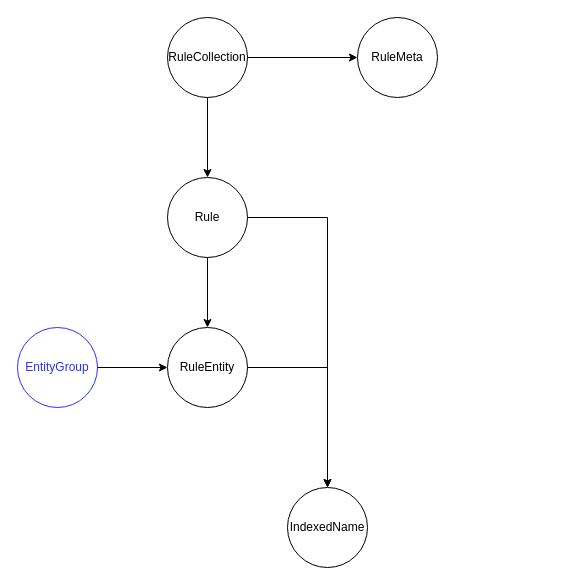
Earlier version of the draw.io diagram elverse-neo4j-topology.drawio (XiaoLiuAI/diagrams). Source tidied: cells renumbered, new cells numbered last; positions are measured from the earlier drawing's top-left corner, leaving out a move shared by most shapes. Both pictures are drawn from the tidied source at 100%, with x=0, y=0 at pixel (17, 17).
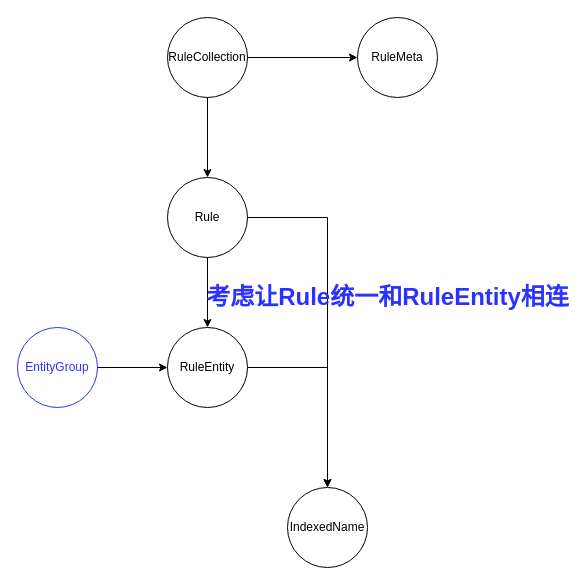
After the change.

What changed in the source:
```diff
@@
 <mxGraphModel>
   <root>
     <mxCell id="0" />
     <mxCell id="1" parent="0" />
     <mxCell id="2" value="RuleEntity" style="ellipse;whiteSpace=wrap;html=1;" parent="1" vertex="1">
       <mxGeometry x="150" y="310" width="80" height="80" as="geometry" />
     </mxCell>
     <mxCell id="3" value="Rule" style="ellipse;whiteSpace=wrap;html=1;" parent="1" vertex="1">
       <mxGeometry x="150" y="160" width="80" height="80" as="geometry" />
     </mxCell>
     <mxCell id="4" value="RuleCollection" style="ellipse;whiteSpace=wrap;html=1;" parent="1" vertex="1">
       <mxGeometry x="150" width="80" height="80" as="geometry" />
     </mxCell>
     <mxCell id="5" value="RuleMeta" style="ellipse;whiteSpace=wrap;html=1;" parent="1" vertex="1">
       <mxGeometry x="340" width="80" height="80" as="geometry" />
     </mxCell>
     <mxCell id="6" style="endArrow=classic;html=1;rounded=0;exitX=0.5;exitY=1;exitDx=0;exitDy=0;entryX=0.5;entryY=0;entryDx=0;entryDy=0;" parent="1" edge="1" source="4" target="3">
       <mxGeometry relative="1" as="geometry" />
     </mxCell>
     <mxCell id="7" style="endArrow=classic;html=1;rounded=0;exitX=0.5;exitY=1;exitDx=0;exitDy=0;entryX=0.5;entryY=0;entryDx=0;entryDy=0;" parent="1" edge="1" source="3" target="2">
       <mxGeometry relative="1" as="geometry" />
     </mxCell>
     <mxCell id="8" value="IndexedName" style="ellipse;whiteSpace=wrap;html=1;" parent="1" vertex="1">
       <mxGeometry x="270" y="470" width="80" height="80" as="geometry" />
     </mxCell>
     <mxCell id="9" style="edgeStyle=segmentEdgeStyle;endArrow=classic;html=1;rounded=0;exitX=1;exitY=0.5;exitDx=0;exitDy=0;entryX=0.5;entryY=0;entryDx=0;entryDy=0;" parent="1" edge="1" source="2" target="8">
       <mxGeometry relative="1" as="geometry" />
     </mxCell>
     <mxCell id="10" style="edgeStyle=segmentEdgeStyle;endArrow=classic;html=1;rounded=0;entryX=0.5;entryY=0;entryDx=0;entryDy=0;" parent="1" edge="1" source="3" target="8">
       <mxGeometry relative="1" as="geometry" />
     </mxCell>
     <mxCell id="11" style="endArrow=classic;html=1;rounded=0;entryX=0;entryY=0.5;entryDx=0;entryDy=0;exitX=1;exitY=0.5;exitDx=0;exitDy=0;" parent="1" edge="1" source="4" target="5">
       <mxGeometry relative="1" as="geometry" />
     </mxCell>
     <mxCell id="12" value="&lt;font color=&quot;#2b32ff&quot;&gt;EntityGroup&lt;/font&gt;" style="ellipse;whiteSpace=wrap;html=1;strokeColor=#2B32FF;" parent="1" vertex="1">
       <mxGeometry y="310" width="80" height="80" as="geometry" />
     </mxCell>
     <mxCell id="13" style="endArrow=classic;html=1;rounded=0;fontSize=8;fontColor=#2B32FF;exitX=1;exitY=0.5;exitDx=0;exitDy=0;entryX=0;entryY=0.5;entryDx=0;entryDy=0;" parent="1" edge="1" source="12" target="2">
       <mxGeometry relative="1" as="geometry" />
     </mxCell>
+    <mxCell id="14" value="考虑让Rule统一和RuleEntity相连" style="text;strokeColor=none;fillColor=none;html=1;fontSize=24;fontStyle=1;verticalAlign=middle;align=center;fontColor=#2B32FF;" parent="1" vertex="1">
+      <mxGeometry x="320" y="260" width="100" height="40" as="geometry" />
+    </mxCell>
   </root>
 </mxGraphModel>
```
